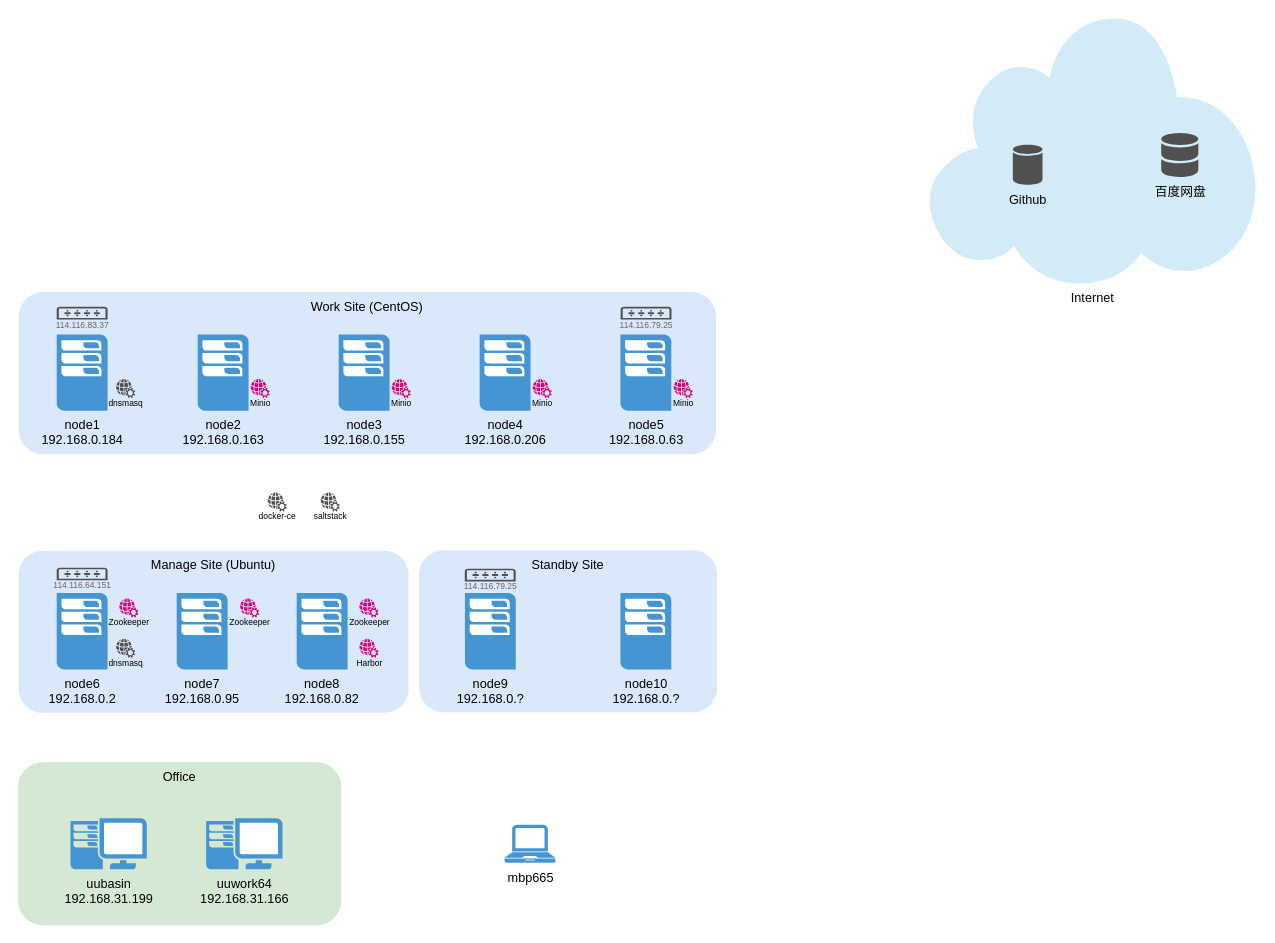
The draw.io diagram my_development_environment.drawio in idleuncle/draw.io, before the edit. Source tidied: cells renumbered, new cells numbered last; positions are measured from the earlier drawing's top-left corner, leaving out a move shared by most shapes. Both pictures are drawn from the tidied source at 106%, with x=0, y=0 at pixel (18, 18).
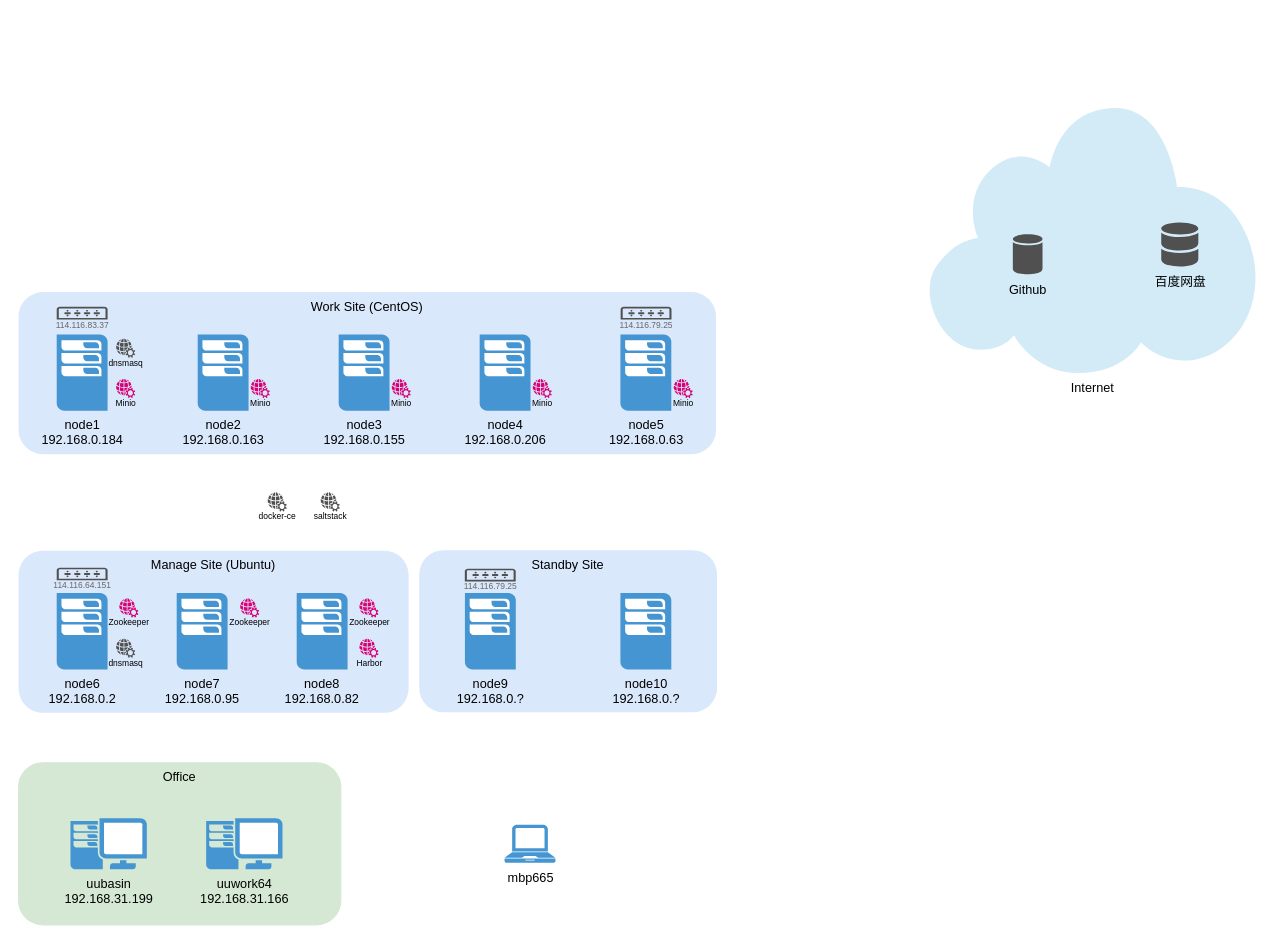
The same page after the edit.

Change to the diagram source:
```diff
@@
     <mxCell id="19" value="Internet" style="shadow=0;dashed=0;html=1;strokeColor=none;fillColor=#4495D1;labelPosition=center;verticalLabelPosition=bottom;verticalAlign=top;align=center;shape=mxgraph.veeam.2d.cloud;" parent="1" vertex="1">
-      <mxGeometry x="858" width="310" height="250" as="geometry" />
+      <mxGeometry x="858" y="84.5" width="310" height="250" as="geometry" />
     </mxCell>
     <mxCell id="20" value="Github" style="shadow=0;dashed=0;html=1;strokeColor=none;fillColor=#505050;labelPosition=center;verticalLabelPosition=bottom;verticalAlign=top;align=center;shape=mxgraph.office.databases.database;" parent="1" vertex="1">
-      <mxGeometry x="938" y="119" width="28" height="38" as="geometry" />
+      <mxGeometry x="938" y="203.5" width="28" height="38" as="geometry" />
     </mxCell>
     <mxCell id="21" value="百度网盘" style="shadow=0;dashed=0;html=1;strokeColor=none;fillColor=#505050;labelPosition=center;verticalLabelPosition=bottom;verticalAlign=top;align=center;shape=mxgraph.office.databases.database_mini_2;" parent="1" vertex="1">
-      <mxGeometry x="1078" y="108" width="35" height="42" as="geometry" />
+      <mxGeometry x="1078" y="192.5" width="35" height="42" as="geometry" />
     </mxCell>
@@
     <mxCell id="24" value="dnsmasq" style="shadow=0;dashed=0;html=1;strokeColor=none;fillColor=#505050;labelPosition=center;verticalLabelPosition=bottom;verticalAlign=top;align=center;shape=mxgraph.office.concepts.web_services;rounded=1;glass=0;comic=0;fontSize=8;spacingTop=-6;" parent="1" vertex="1">
-      <mxGeometry x="92" y="340" width="18" height="18" as="geometry" />
+      <mxGeometry x="92" y="302" width="18" height="18" as="geometry" />
     </mxCell>
@@
+    <mxCell id="38" value="Minio&lt;br style=&quot;font-size: 8px&quot;&gt;" style="shadow=0;dashed=0;html=1;strokeColor=none;fillColor=#d80073;labelPosition=center;verticalLabelPosition=bottom;verticalAlign=top;align=center;shape=mxgraph.office.concepts.web_services;rounded=1;glass=0;comic=0;fontColor=#000000;fontSize=8;spacingTop=-6;" parent="1" vertex="1">
+      <mxGeometry x="92" y="340" width="18" height="18" as="geometry" />
+    </mxCell>
```
